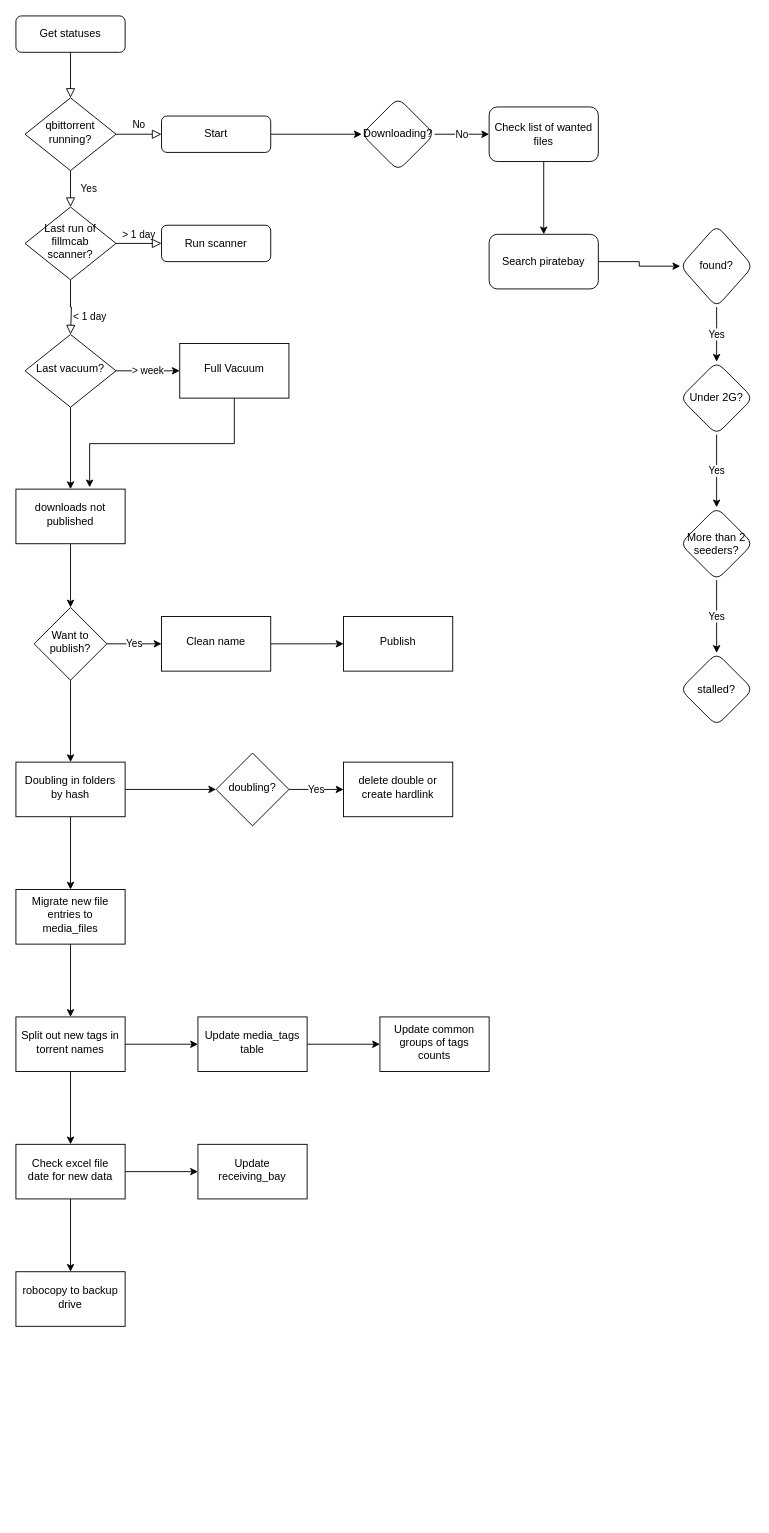
jeffshumphreys/filmcab keeps this draw.io diagram as page "Page-1" (1 of 2) of filmcab daily process.drawio. Above is the earlier version. Source tidied: cells renumbered, new cells numbered last; positions are measured from the earlier drawing's top-left corner, leaving out a move shared by most shapes. Both pictures are drawn from the tidied source at 91%, with x=0, y=0 at pixel (15, 15).
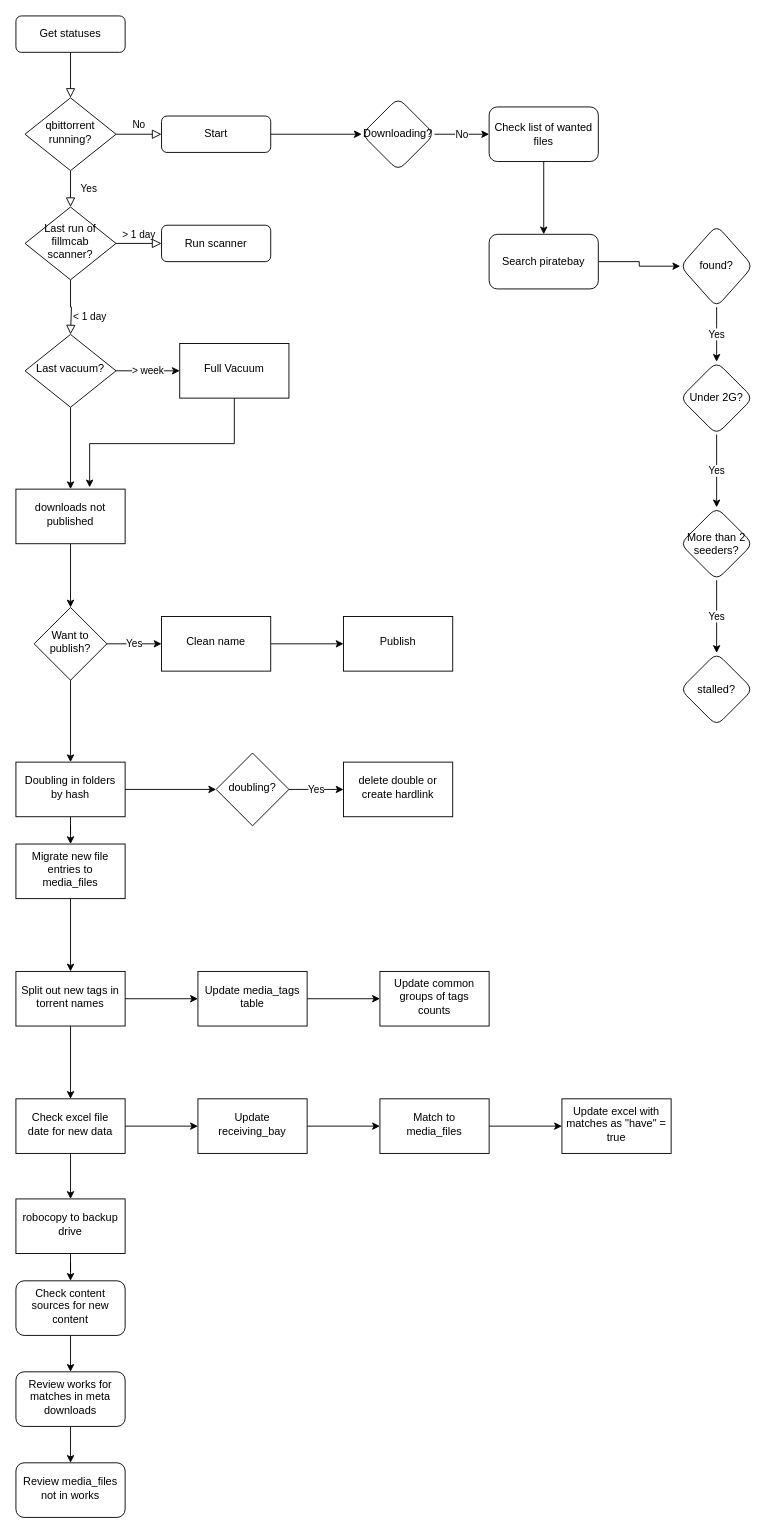
After the change.

Commit message:
added some, what a mess

The edit, as a diff of the source:
```diff
@@
     <mxCell id="47" value="Migrate new file entries to media_files" style="whiteSpace=wrap;html=1;shadow=0;strokeWidth=1;spacing=6;spacingTop=-4;" parent="1" vertex="1">
-      <mxGeometry y="960" width="120" height="60" as="geometry" />
+      <mxGeometry y="910" width="120" height="60" as="geometry" />
     </mxCell>
@@
     <mxCell id="50" value="Split out new tags in torrent names" style="whiteSpace=wrap;html=1;shadow=0;strokeWidth=1;spacing=6;spacingTop=-4;" parent="1" vertex="1">
-      <mxGeometry y="1100" width="120" height="60" as="geometry" />
+      <mxGeometry y="1050" width="120" height="60" as="geometry" />
     </mxCell>
@@
     <mxCell id="52" value="Update media_tags table" style="whiteSpace=wrap;html=1;shadow=0;strokeWidth=1;spacing=6;spacingTop=-4;" parent="1" vertex="1">
-      <mxGeometry x="200" y="1100" width="120" height="60" as="geometry" />
+      <mxGeometry x="200" y="1050" width="120" height="60" as="geometry" />
     </mxCell>
     <mxCell id="53" value="Update common groups of tags counts" style="whiteSpace=wrap;html=1;shadow=0;strokeWidth=1;spacing=6;spacingTop=-4;" parent="1" vertex="1">
-      <mxGeometry x="400" y="1100" width="120" height="60" as="geometry" />
+      <mxGeometry x="400" y="1050" width="120" height="60" as="geometry" />
     </mxCell>
@@
     <mxCell id="56" value="Check excel file date for new data" style="whiteSpace=wrap;html=1;shadow=0;strokeWidth=1;spacing=6;spacingTop=-4;" parent="1" vertex="1">
-      <mxGeometry y="1240" width="120" height="60" as="geometry" />
+      <mxGeometry y="1190" width="120" height="60" as="geometry" />
     </mxCell>
+    <mxCell id="59" style="edgeStyle=orthogonalEdgeStyle;rounded=0;jettySize=auto;html=1;" parent="1" edge="1" source="57" target="62">
+      <mxGeometry relative="1" as="geometry" />
+    </mxCell>
     <mxCell id="57" value="Update receiving_bay" style="whiteSpace=wrap;html=1;shadow=0;strokeWidth=1;spacing=6;spacingTop=-4;" parent="1" vertex="1">
-      <mxGeometry x="200" y="1240" width="120" height="60" as="geometry" />
+      <mxGeometry x="200" y="1190" width="120" height="60" as="geometry" />
     </mxCell>
+    <mxCell id="60" style="edgeStyle=orthogonalEdgeStyle;rounded=0;jettySize=auto;html=1;" parent="1" edge="1" source="58" target="65">
+      <mxGeometry relative="1" as="geometry" />
+    </mxCell>
     <mxCell id="58" value="robocopy to backup drive" style="whiteSpace=wrap;html=1;shadow=0;strokeWidth=1;spacing=6;spacingTop=-4;" parent="1" vertex="1">
-      <mxGeometry y="1380" width="120" height="60" as="geometry" />
+      <mxGeometry y="1300" width="120" height="60" as="geometry" />
     </mxCell>
+    <mxCell id="61" style="edgeStyle=orthogonalEdgeStyle;rounded=0;jettySize=auto;html=1;" parent="1" edge="1" source="62" target="63">
+      <mxGeometry relative="1" as="geometry" />
+    </mxCell>
+    <mxCell id="62" value="Match to media_files" style="whiteSpace=wrap;html=1;shadow=0;strokeWidth=1;spacing=6;spacingTop=-4;" parent="1" vertex="1">
+      <mxGeometry x="400" y="1190" width="120" height="60" as="geometry" />
+    </mxCell>
+    <mxCell id="63" value="Update excel with matches as &quot;have&quot; = true" style="whiteSpace=wrap;html=1;shadow=0;strokeWidth=1;spacing=6;spacingTop=-4;" parent="1" vertex="1">
+      <mxGeometry x="600" y="1190" width="120" height="60" as="geometry" />
+    </mxCell>
+    <mxCell id="64" style="edgeStyle=orthogonalEdgeStyle;rounded=0;jettySize=auto;html=1;" parent="1" edge="1" source="65" target="67">
+      <mxGeometry relative="1" as="geometry" />
+    </mxCell>
+    <mxCell id="65" value="Check content sources for new content" style="rounded=1;whiteSpace=wrap;html=1;shadow=0;strokeWidth=1;spacing=6;spacingTop=-4;" parent="1" vertex="1">
+      <mxGeometry y="1390" width="120" height="60" as="geometry" />
+    </mxCell>
+    <mxCell id="66" style="edgeStyle=orthogonalEdgeStyle;rounded=0;jettySize=auto;html=1;" parent="1" edge="1" source="67" target="68">
+      <mxGeometry relative="1" as="geometry" />
+    </mxCell>
+    <mxCell id="67" value="Review works for matches in meta downloads" style="whiteSpace=wrap;html=1;rounded=1;shadow=0;strokeWidth=1;spacing=6;spacingTop=-4;" parent="1" vertex="1">
+      <mxGeometry y="1490" width="120" height="60" as="geometry" />
+    </mxCell>
+    <mxCell id="68" value="Review media_files not in works" style="whiteSpace=wrap;html=1;rounded=1;shadow=0;strokeWidth=1;spacing=6;spacingTop=-4;" parent="1" vertex="1">
+      <mxGeometry y="1590" width="120" height="60" as="geometry" />
+    </mxCell>
```
